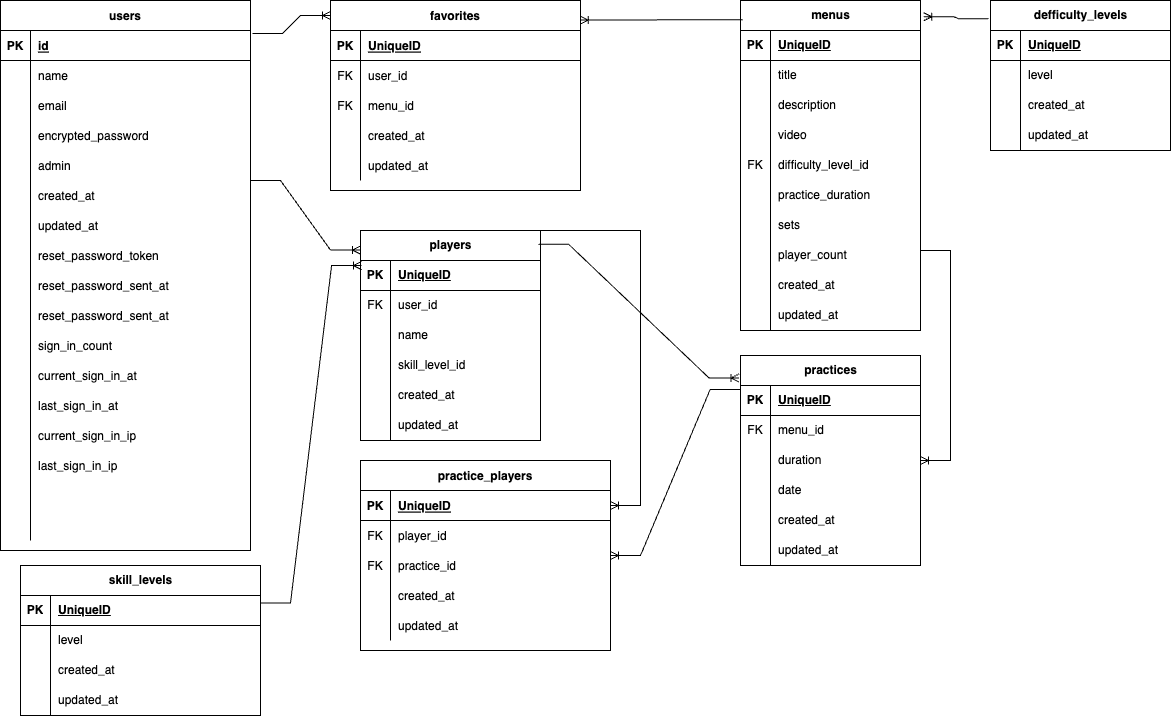
This is 卒業課題ER図.drawio.png from yu-tas/tenipra, a draw.io export, as it was before one commit. Source tidied: cells renumbered, new cells last; positions are measured from the earlier drawing's top-left corner, leaving out a move shared by most shapes.
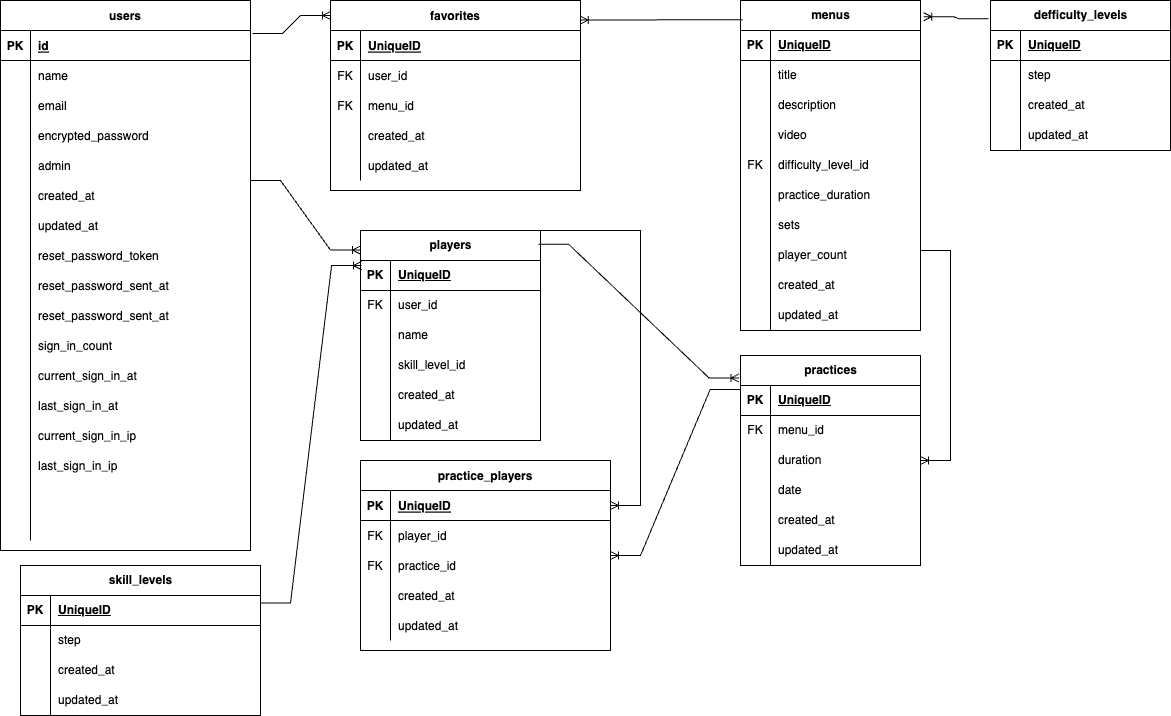
The same file after the commit.

The edit, as a diff of the source:
```diff
@@ -365,7 +365,7 @@
     <mxCell id="122" style="shape=partialRectangle;fillColor=none;top=0;left=0;bottom=0;right=0;overflow=hidden;whiteSpace=wrap;html=1;" parent="121" vertex="1">
       <mxGeometry width="30" height="30" as="geometry" />
     </mxCell>
-    <mxCell id="123" value="level" style="shape=partialRectangle;fillColor=none;top=0;left=0;bottom=0;right=0;align=left;spacingLeft=6;overflow=hidden;whiteSpace=wrap;html=1;" parent="121" vertex="1">
+    <mxCell id="123" value="step" style="shape=partialRectangle;fillColor=none;top=0;left=0;bottom=0;right=0;align=left;spacingLeft=6;overflow=hidden;whiteSpace=wrap;html=1;" parent="121" vertex="1">
       <mxGeometry x="30" width="150" height="30" as="geometry" />
     </mxCell>
     <mxCell id="124" style="shape=tableRow;horizontal=0;startSize=0;swimlaneHead=0;swimlaneBody=0;fillColor=none;top=0;left=0;right=0;bottom=0;" parent="117" vertex="1">
@@ -543,7 +543,7 @@
     <mxCell id="178" style="shape=partialRectangle;fillColor=none;top=0;left=0;bottom=0;right=0;overflow=hidden;whiteSpace=wrap;html=1;" parent="177" vertex="1">
       <mxGeometry width="30" height="30" as="geometry" />
     </mxCell>
-    <mxCell id="179" value="level" style="shape=partialRectangle;fillColor=none;top=0;left=0;bottom=0;right=0;align=left;spacingLeft=6;overflow=hidden;whiteSpace=wrap;html=1;" parent="177" vertex="1">
+    <mxCell id="179" value="step" style="shape=partialRectangle;fillColor=none;top=0;left=0;bottom=0;right=0;align=left;spacingLeft=6;overflow=hidden;whiteSpace=wrap;html=1;" parent="177" vertex="1">
       <mxGeometry x="30" width="210" height="30" as="geometry" />
     </mxCell>
     <mxCell id="180" style="shape=tableRow;horizontal=0;startSize=0;swimlaneHead=0;swimlaneBody=0;fillColor=none;top=0;left=0;right=0;bottom=0;" parent="173" vertex="1">
```
